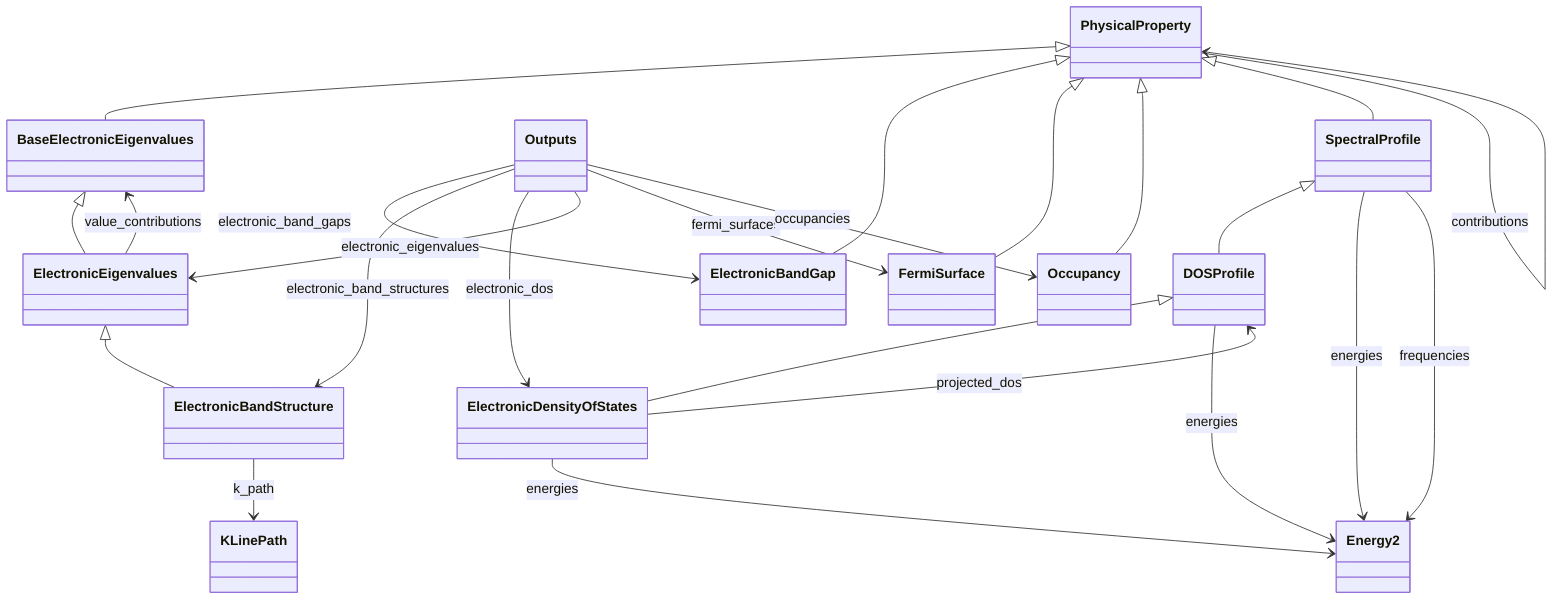
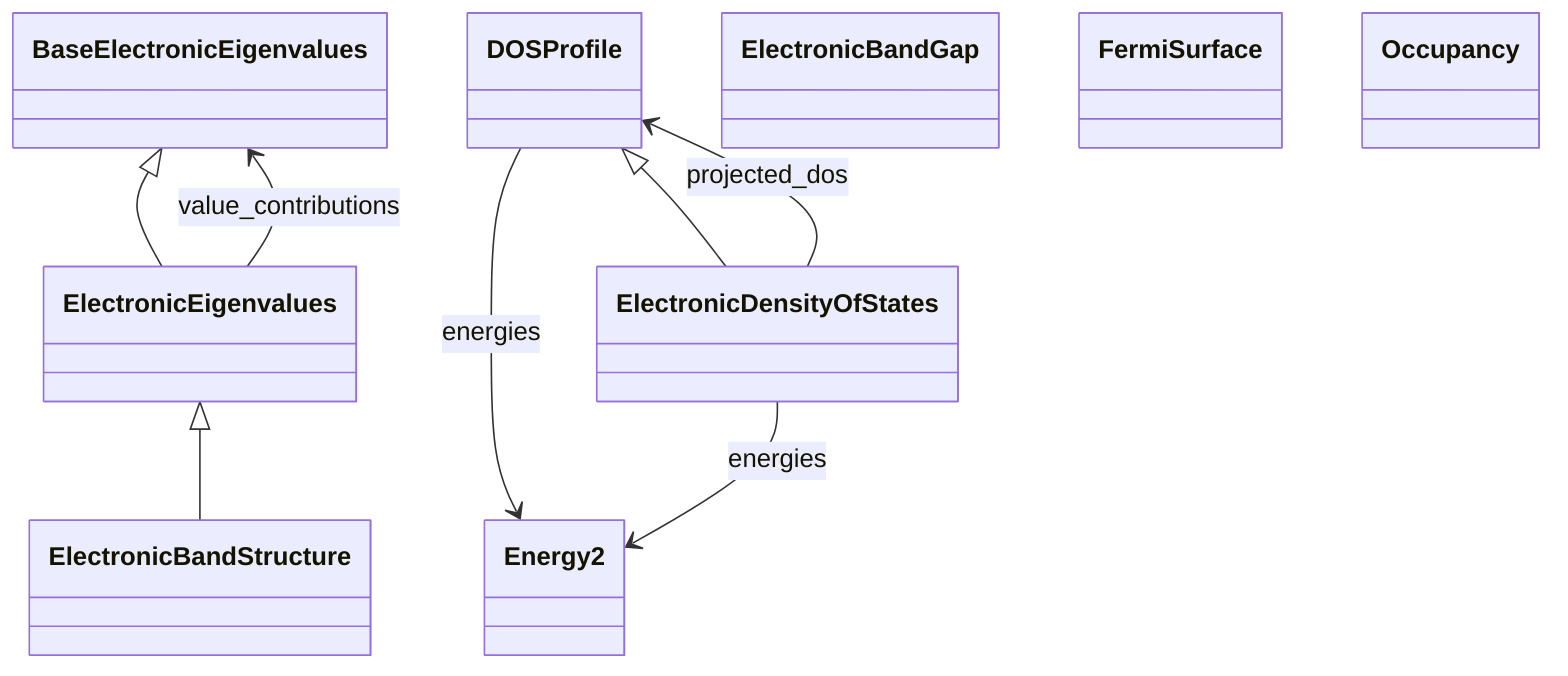
classDiagram
    class BaseElectronicEigenvalues
    class DOSProfile
    class ElectronicBandGap
    class ElectronicBandStructure
    class ElectronicDensityOfStates
    class ElectronicEigenvalues
    class Energy2
    class FermiSurface
-     class KLinePath
    class Occupancy
-     class Outputs
-     class PhysicalProperty
-     class SpectralProfile
-     PhysicalProperty <|-- BaseElectronicEigenvalues
-     SpectralProfile <|-- DOSProfile
-     PhysicalProperty <|-- ElectronicBandGap
    ElectronicEigenvalues <|-- ElectronicBandStructure
    DOSProfile <|-- ElectronicDensityOfStates
    BaseElectronicEigenvalues <|-- ElectronicEigenvalues
-     PhysicalProperty <|-- FermiSurface
-     PhysicalProperty <|-- Occupancy
-     PhysicalProperty <|-- SpectralProfile
    DOSProfile --> Energy2 : energies
-     ElectronicBandStructure --> KLinePath : k_path
    ElectronicDensityOfStates --> DOSProfile : projected_dos
    ElectronicDensityOfStates --> Energy2 : energies
    ElectronicEigenvalues --> BaseElectronicEigenvalues : value_contributions
-     Outputs --> ElectronicBandGap : electronic_band_gaps
-     Outputs --> ElectronicBandStructure : electronic_band_structures
-     Outputs --> ElectronicDensityOfStates : electronic_dos
-     Outputs --> ElectronicEigenvalues : electronic_eigenvalues
-     Outputs --> FermiSurface : fermi_surfaces
-     Outputs --> Occupancy : occupancies
-     PhysicalProperty --> PhysicalProperty : contributions
-     SpectralProfile --> Energy2 : energies
-     SpectralProfile --> Energy2 : frequencies
